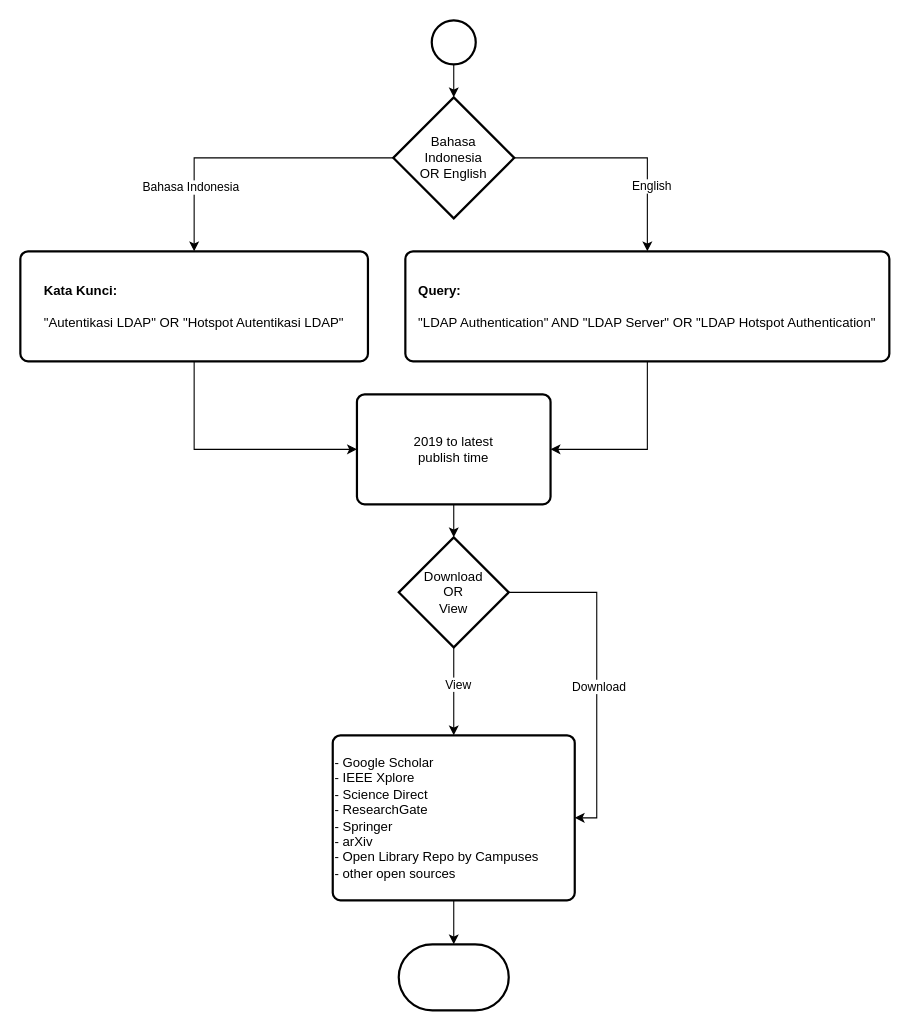
This is page "Query" (1 of 3) of Chart on Search Query.drawio from troders34/research, a draw.io file, before an edit. Source tidied: cells renumbered, new cells numbered last; positions are measured from the earlier drawing's top-left corner, leaving out a move shared by most shapes. Both pictures are drawn from the tidied source at 110%, with x=0, y=0 at pixel (20, 20).
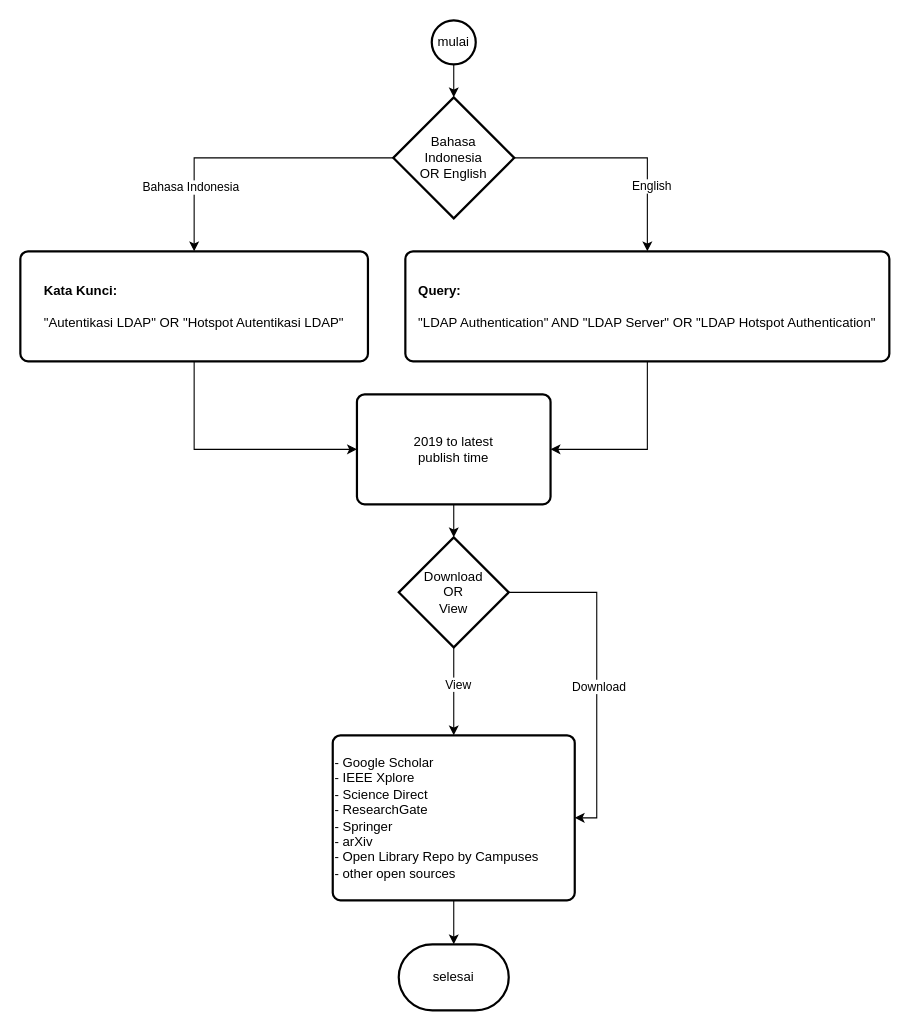
The same diagram, later.

The edit, as a diff of the source:
```diff
@@
-    <mxCell id="12" style="strokeWidth=2;html=1;shape=mxgraph.flowchart.start_2;whiteSpace=wrap;" parent="1" vertex="1">
+    <mxCell id="12" value="mulai" style="strokeWidth=2;html=1;shape=mxgraph.flowchart.start_2;whiteSpace=wrap;" parent="1" vertex="1">
       <mxGeometry x="374" width="40" height="40" as="geometry" />
     </mxCell>
@@
-    <mxCell id="21" style="strokeWidth=2;html=1;shape=mxgraph.flowchart.terminator;whiteSpace=wrap;" parent="1" vertex="1">
+    <mxCell id="21" value="selesai" style="strokeWidth=2;html=1;shape=mxgraph.flowchart.terminator;whiteSpace=wrap;" parent="1" vertex="1">
       <mxGeometry x="344" y="840" width="100" height="60" as="geometry" />
     </mxCell>
```
